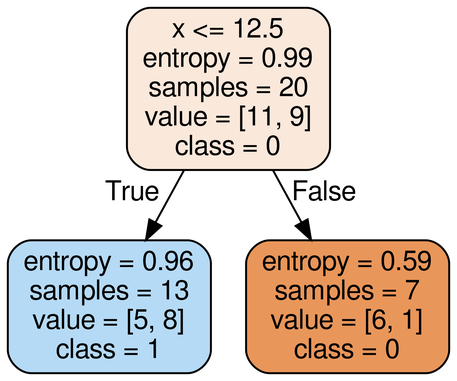
Before: 07-KNN, DT, Bayes/tree.png, a diagram exported from Graphviz (samstikhin/mlmathmech). Its source is kept beside it as 07-KNN, DT, Bayes/tree.dot. Source of this version:
```dot
digraph Tree {
node [shape=box, style="filled, rounded", color="black", fontname=helvetica] ;
edge [fontname=helvetica] ;
0 [label="x <= 12.5\nentropy = 0.99\nsamples = 20\nvalue = [11, 9]\nclass = 0", fillcolor="#fae8db"] ;
1 [label="entropy = 0.96\nsamples = 13\nvalue = [5, 8]\nclass = 1", fillcolor="#b5daf5"] ;
0 -> 1 [labeldistance=2.5, labelangle=45, headlabel="True"] ;
2 [label="entropy = 0.59\nsamples = 7\nvalue = [6, 1]\nclass = 0", fillcolor="#e9965a"] ;
0 -> 2 [labeldistance=2.5, labelangle=-45, headlabel="False"] ;
}
```
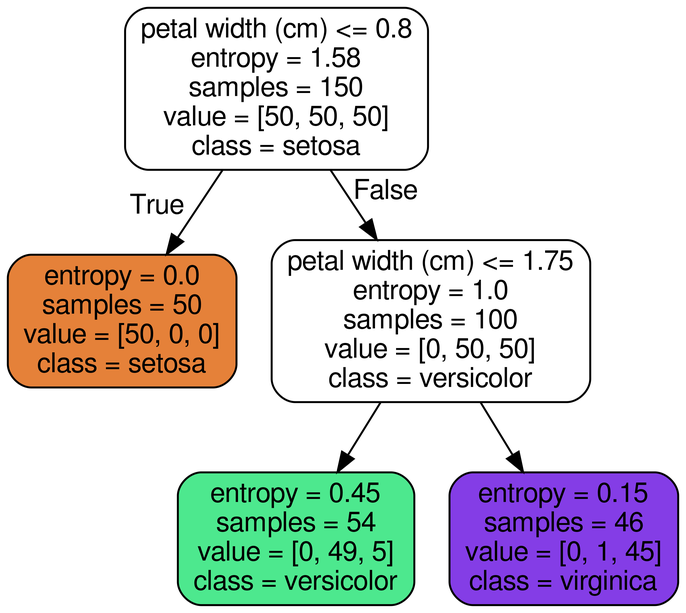
After the commit.

What changed in the source:
```diff
@@ -1,9 +1,13 @@
 digraph Tree {
 node [shape=box, style="filled, rounded", color="black", fontname=helvetica] ;
 edge [fontname=helvetica] ;
-0 [label="x <= 12.5\nentropy = 0.99\nsamples = 20\nvalue = [11, 9]\nclass = 0", fillcolor="#fae8db"] ;
-1 [label="entropy = 0.96\nsamples = 13\nvalue = [5, 8]\nclass = 1", fillcolor="#b5daf5"] ;
+0 [label="petal width (cm) <= 0.8\nentropy = 1.58\nsamples = 150\nvalue = [50, 50, 50]\nclass = setosa", fillcolor="#ffffff"] ;
+1 [label="entropy = 0.0\nsamples = 50\nvalue = [50, 0, 0]\nclass = setosa", fillcolor="#e58139"] ;
 0 -> 1 [labeldistance=2.5, labelangle=45, headlabel="True"] ;
-2 [label="entropy = 0.59\nsamples = 7\nvalue = [6, 1]\nclass = 0", fillcolor="#e9965a"] ;
+2 [label="petal width (cm) <= 1.75\nentropy = 1.0\nsamples = 100\nvalue = [0, 50, 50]\nclass = versicolor", fillcolor="#ffffff"] ;
 0 -> 2 [labeldistance=2.5, labelangle=-45, headlabel="False"] ;
+3 [label="entropy = 0.45\nsamples = 54\nvalue = [0, 49, 5]\nclass = versicolor", fillcolor="#4de88e"] ;
+2 -> 3 ;
+4 [label="entropy = 0.15\nsamples = 46\nvalue = [0, 1, 45]\nclass = virginica", fillcolor="#843de6"] ;
+2 -> 4 ;
 }
```
